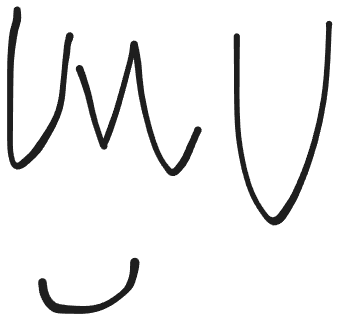
Earlier version of the Excalidraw export ANEXOS/Countdowssn 2024-08-29 01.05.40.excalidraw.png (EgusquizaOreJesus/vault_obsidian). Source tidied: one line per element, renumbered; positions are measured from the earlier drawing's top-left corner, leaving out a move shared by most shapes.
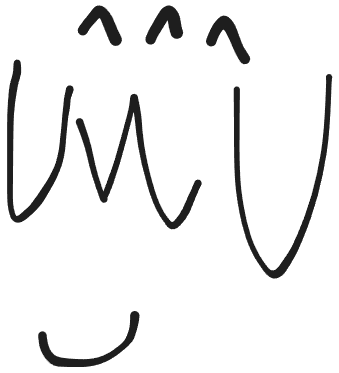
The same file after the commit.

The edit, as a diff of the source:
```diff
@@ -2,3 +2,6 @@
 {"id": 1, "type": "freedraw", "strokeColor": "#1e1e1e", "strokeWidth": 2, "roughness": 1, "x": 70, "y": 59, "width": 120, "height": 131, "points": [[0, 0], [6, 12], [7, 19], [12, 36], [13, 46], [16, 56], [20, 70], [24, 79], [25, 80], [25, 78], [28, 71], [31, 59], [35, 48], [38, 38], [46, 13], [50, -7], [53, -16], [54, -23], [54, -24], [54, -25], [55, -25], [58, -16], [59, -5], [60, 11], [61, 28], [65, 42], [71, 68], [78, 88], [82, 94], [86, 100], [91, 104], [92, 106], [94, 106], [98, 102], [104, 94], [108, 88], [110, 80], [113, 73], [120, 58], [120, 58]]}
 {"id": 2, "type": "freedraw", "strokeColor": "#1e1e1e", "strokeWidth": 2, "roughness": 1, "x": 227, "y": 26, "width": 92, "height": 203, "points": [[0, 0], [0, 13], [0, 22], [0, 31], [0, 46], [0, 60], [0, 77], [1, 110], [5, 125], [8, 139], [12, 151], [17, 163], [25, 178], [32, 185], [35, 187], [36, 187], [38, 187], [44, 182], [46, 180], [50, 173], [55, 164], [62, 152], [74, 121], [80, 101], [85, 79], [89, 58], [91, 36], [92, 5], [92, -14], [92, -16], [92, -16]]}
 {"id": 3, "type": "freedraw", "strokeColor": "#1e1e1e", "strokeWidth": 2, "roughness": 1, "x": 32, "y": 272, "width": 92, "height": 48, "points": [[0, 0], [0, 1], [0, 5], [1, 11], [2, 16], [7, 23], [10, 24], [12, 26], [16, 28], [28, 28], [36, 28], [42, 28], [50, 28], [66, 24], [76, 17], [82, 11], [86, 6], [89, 2], [90, -1], [92, -11], [92, -12], [92, -17], [92, -18], [92, -19], [92, -20], [92, -20]]}
+{"id": 4, "type": "freedraw", "strokeColor": "#1e1e1e", "strokeWidth": 2, "roughness": 1, "x": 141, "y": -24, "width": 27, "height": 29, "points": [[0, 0], [-1, 0], [-1, -1], [0, -2], [0, -4], [1, -5], [3, -8], [5, -11], [8, -14], [10, -18], [11, -21], [14, -26], [16, -28], [17, -29], [17, -29], [17, -29], [20, -28], [21, -26], [23, -23], [23, -22], [23, -20], [25, -13], [25, -10], [25, -9], [26, -8], [26, -7], [26, -7], [26, -7]]}
+{"id": 5, "type": "freedraw", "strokeColor": "#1e1e1e", "strokeWidth": 2, "roughness": 1, "x": 201, "y": -22, "width": 34, "height": 40, "points": [[0, 0], [0, -4], [2, -7], [4, -10], [5, -11], [6, -13], [10, -19], [11, -22], [13, -22], [14, -20], [17, -17], [18, -15], [20, -11], [25, -1], [26, 5], [28, 10], [31, 13], [32, 16], [34, 19], [34, 19]]}
+{"id": 6, "type": "freedraw", "strokeColor": "#1e1e1e", "strokeWidth": 2, "roughness": 1, "x": 73, "y": -33, "width": 33, "height": 30, "points": [[0, 0], [2, -4], [5, -8], [7, -10], [8, -11], [13, -16], [15, -19], [16, -20], [16, -20], [17, -20], [19, -20], [21, -16], [23, -13], [25, -10], [26, -5], [29, 0], [29, 2], [31, 5], [32, 6], [32, 7], [32, 8], [33, 9], [33, 10], [33, 10]]}
```
